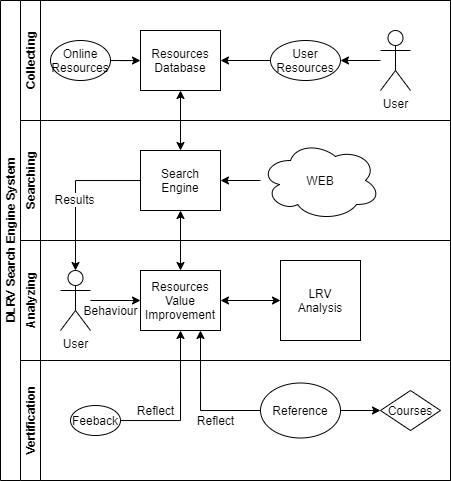
This is assets/Graphical abstract.png from devilyouwei/MU-thesis, a draw.io export, as it was before one commit. Source tidied: cells renumbered, new cells last; positions are measured from the earlier drawing's top-left corner, leaving out a move shared by most shapes.
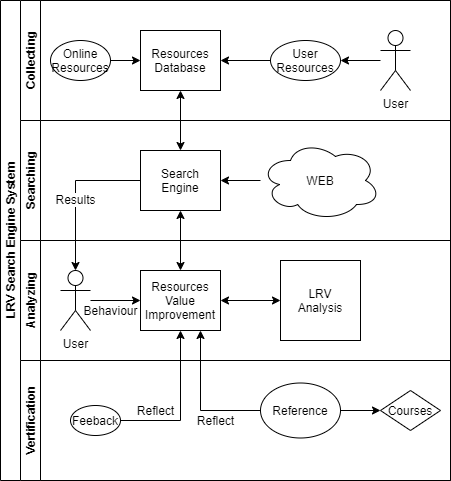
Above is the later version.

Diff of the diagram source:
```diff
@@ -2,7 +2,7 @@
   <root>
     <mxCell id="0" />
     <mxCell id="1" parent="0" />
-    <mxCell id="2" value="DLRV Search Engine System" style="swimlane;html=1;horizontal=0;startSize=20;" parent="1" vertex="1">
+    <mxCell id="2" value="LRV Search Engine System" style="swimlane;html=1;horizontal=0;startSize=20;" parent="1" vertex="1">
       <mxGeometry width="450" height="480" as="geometry" />
     </mxCell>
     <mxCell id="3" value="Collecting" style="swimlane;html=1;startSize=20;horizontal=0;" parent="2" vertex="1">
```
